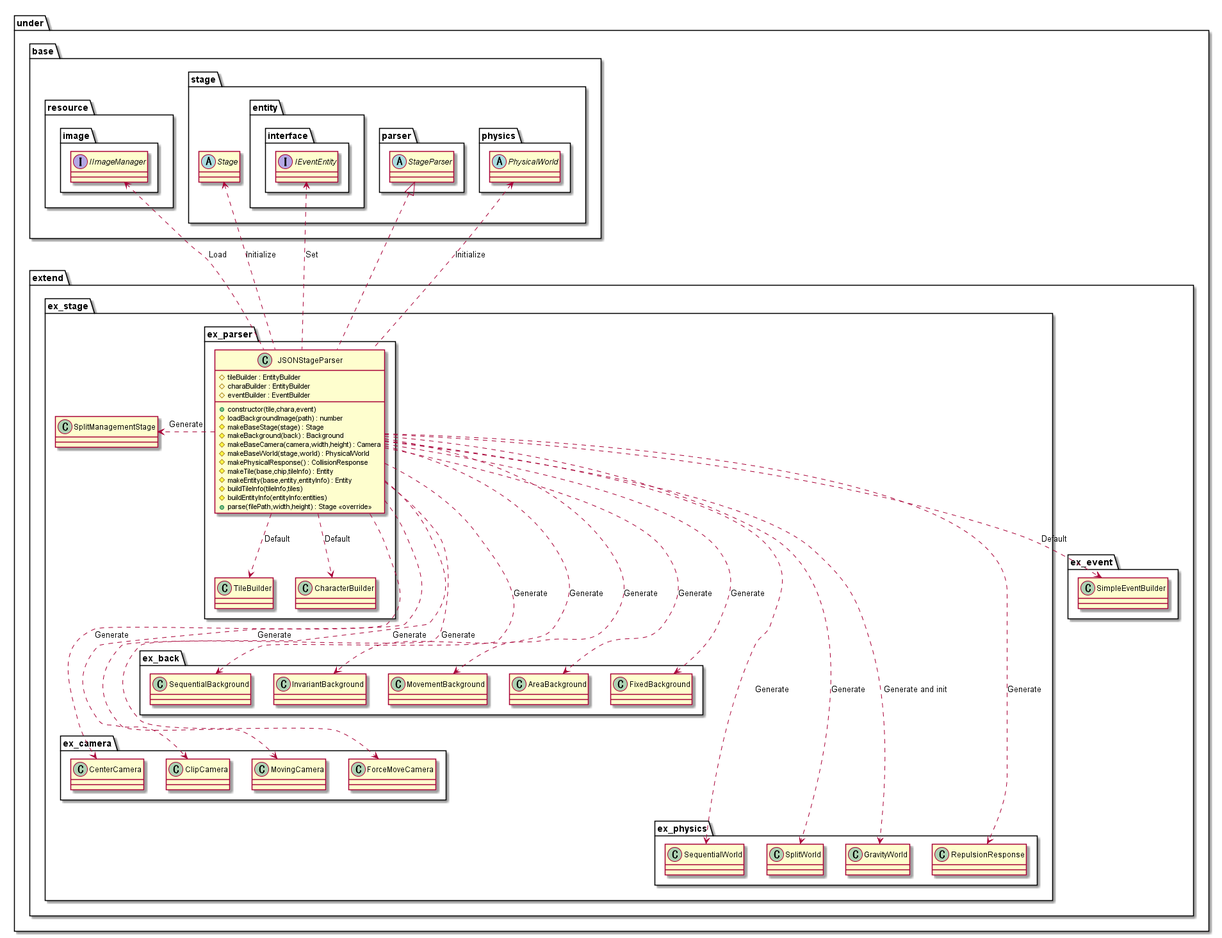
This is out/uml/parser/JSON/ParserJSON.png from Expine/Under, a PlantUML export, as it was before one commit.
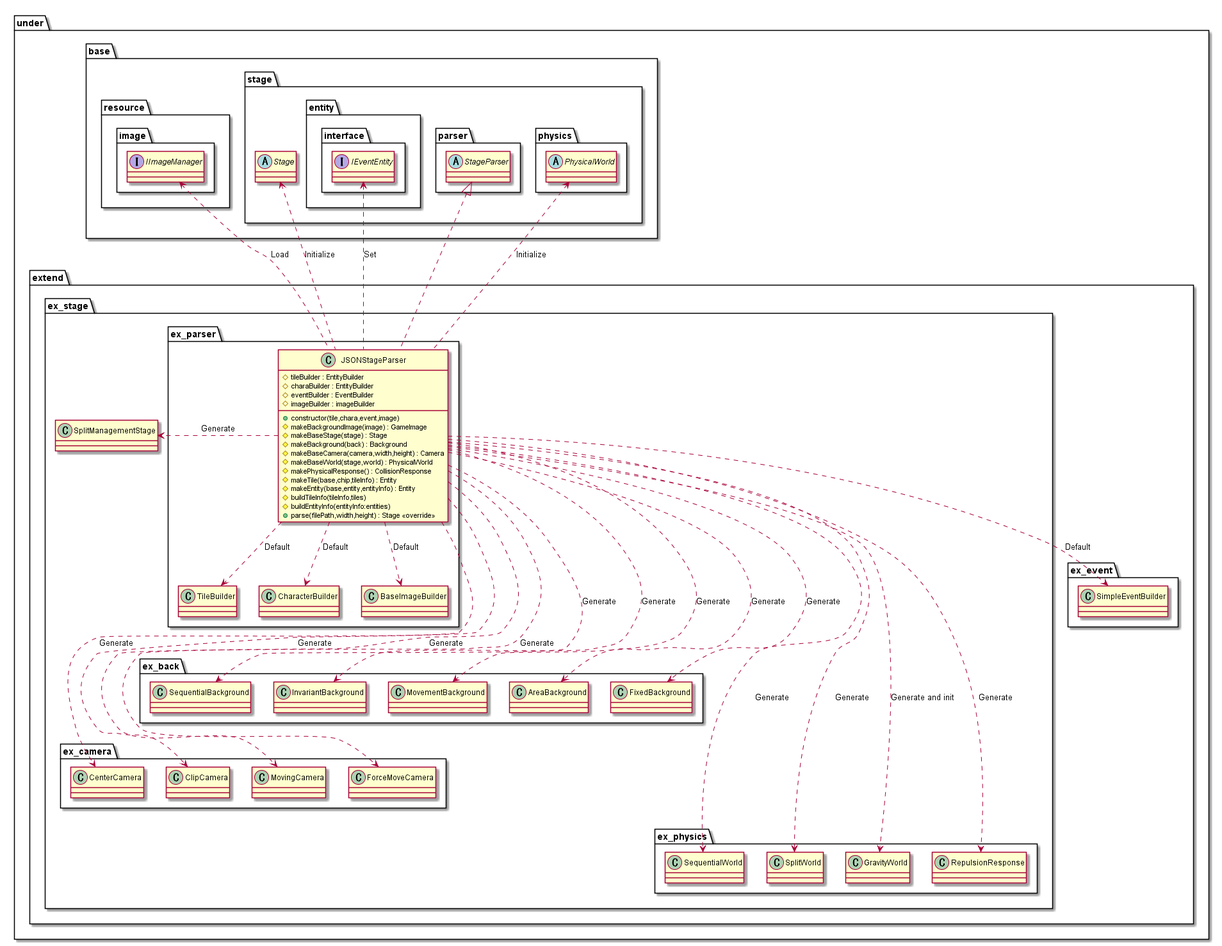
Later version of the same file.

Diff of the diagram source:
```diff
@@ -5,11 +5,12 @@
         package ex_stage {
             package ex_parser {
                 class JSONStageParser {
-                    +constructor(tile,chara,event)
+                    +constructor(tile,chara,event,image)
                     #tileBuilder : EntityBuilder
                     #charaBuilder : EntityBuilder
                     #eventBuilder : EventBuilder
-                    #loadBackgroundImage(path) : number
+                    #imageBuilder : imageBuilder
+                    #makeBackgroundImage(image) : GameImage
                     #makeBaseStage(stage) : Stage
                     #makeBackground(back) : Background
                     #makeBaseCamera(camera,width,height) : Camera
@@ -57,6 +58,7 @@
             package ex_parser {
                 class TileBuilder
                 class CharacterBuilder
+                class BaseImageBuilder
             }
             package ex_camera {
                 class CenterCamera
@@ -103,6 +105,7 @@
 
 JSONStageParser ..> TileBuilder : Default
 JSONStageParser ..> CharacterBuilder : Default
+JSONStageParser ..> BaseImageBuilder : Default
 JSONStageParser ..> SimpleEventBuilder : Default
 
 StageParser <|.. JSONStageParser
```
